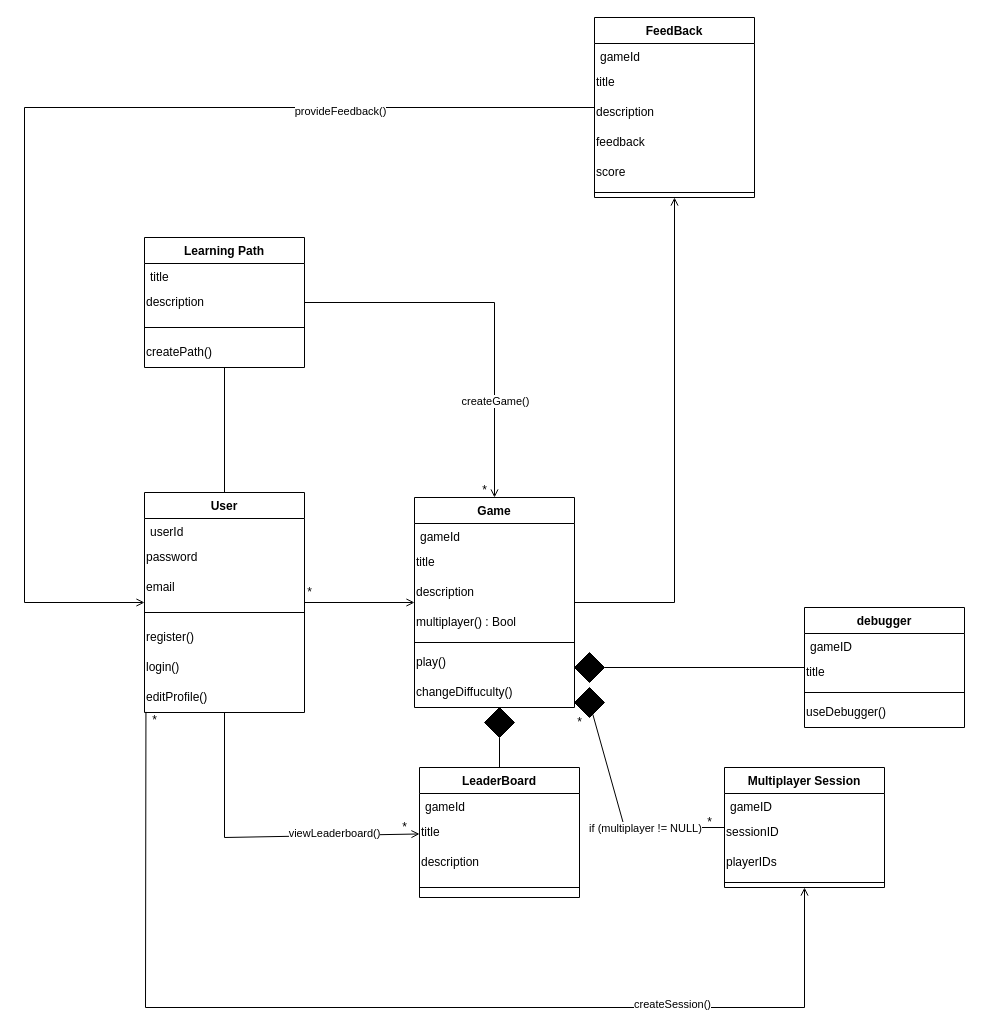
sirfan123/1530 keeps this draw.io diagram as System Design.drawio. Above is the earlier version. Source tidied: cells renumbered, new cells numbered last; positions are measured from the earlier drawing's top-left corner, leaving out a move shared by most shapes. Both pictures are drawn from the tidied source at 100%, with x=0, y=0 at pixel (24, 17).
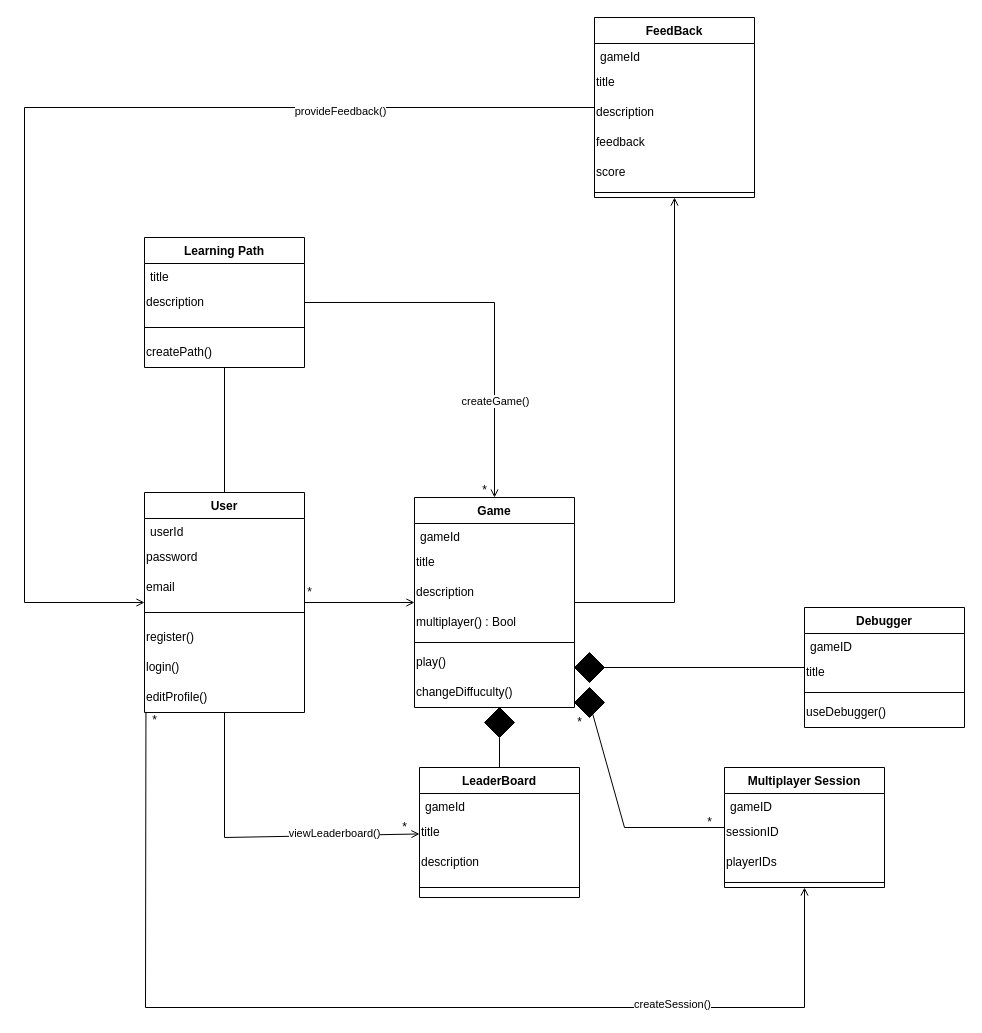
The same page after the edit.

The change refers to these unchanged cells:
```xml
<mxCell id="59" style="endArrow=none;html=1;rounded=0;endFill=0;" parent="1" edge="1" source="54" target="61">
  <mxGeometry relative="1" as="geometry">
    <Array as="points">
      <mxPoint x="600" y="810" />
    </Array>
  </mxGeometry>
</mxCell>
```

Change to the diagram source:
```diff
@@
-    <mxCell id="47" value="debugger" style="swimlane;fontStyle=1;align=center;verticalAlign=top;horizontal=1;startSize=26;whiteSpace=wrap;html=1;" parent="1" vertex="1">
+    <mxCell id="47" value="Debugger" style="swimlane;fontStyle=1;align=center;verticalAlign=top;horizontal=1;startSize=26;whiteSpace=wrap;html=1;" parent="1" vertex="1">
       <mxGeometry x="780" y="590" width="160" height="120" as="geometry" />
     </mxCell>
@@
-    <mxCell id="60" value="if (multiplayer != NULL)" style="edgeLabel;html=1;align=center;verticalAlign=middle;" parent="59" vertex="1">
-      <mxGeometry x="-0.66" y="3" relative="1" as="geometry">
-        <mxPoint x="-43" y="-3" as="offset" />
-      </mxGeometry>
-    </mxCell>
```
